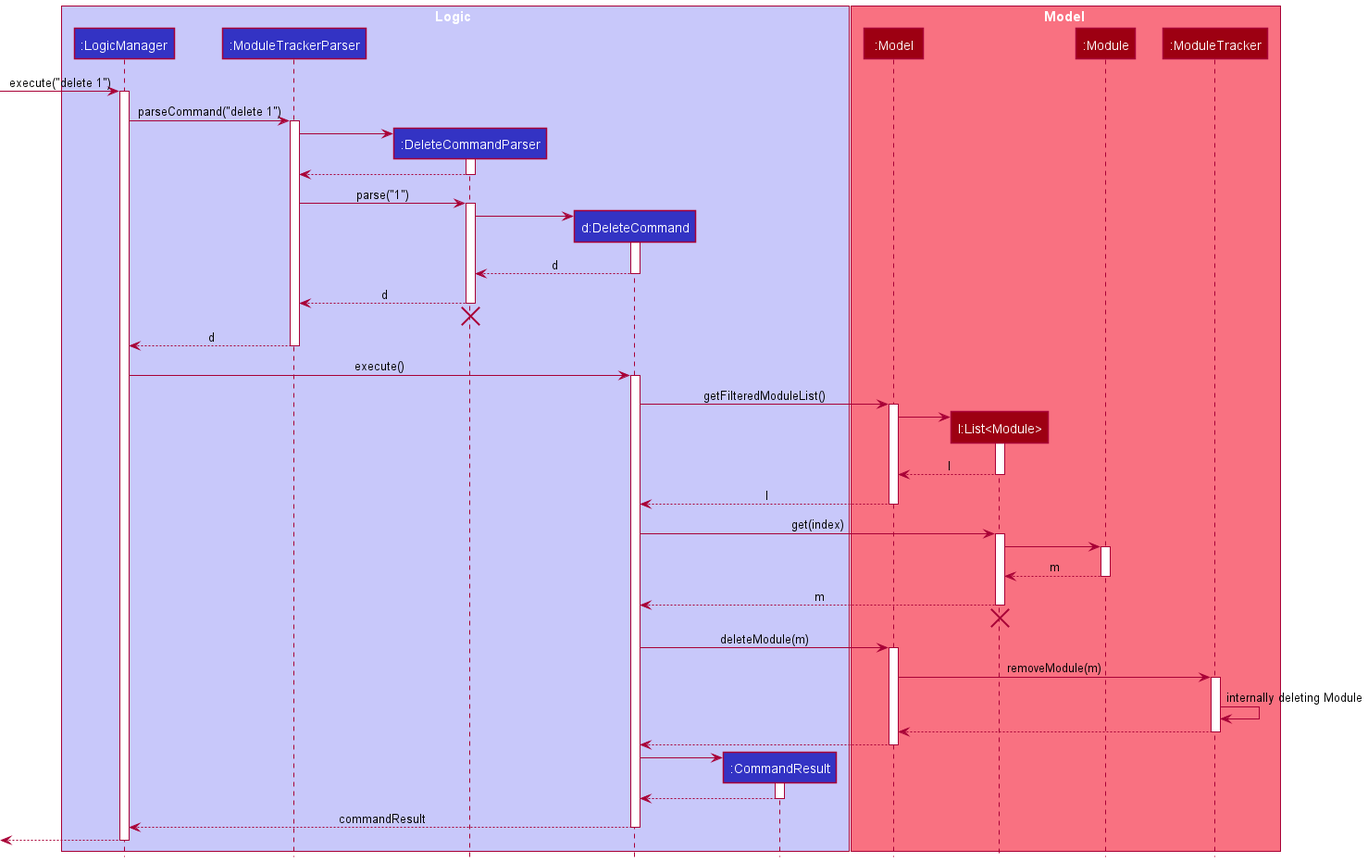
Earlier version of the PlantUML export docs/images/DeleteSequenceDiagram.png (nus-cs2103-AY2122S1/tp).
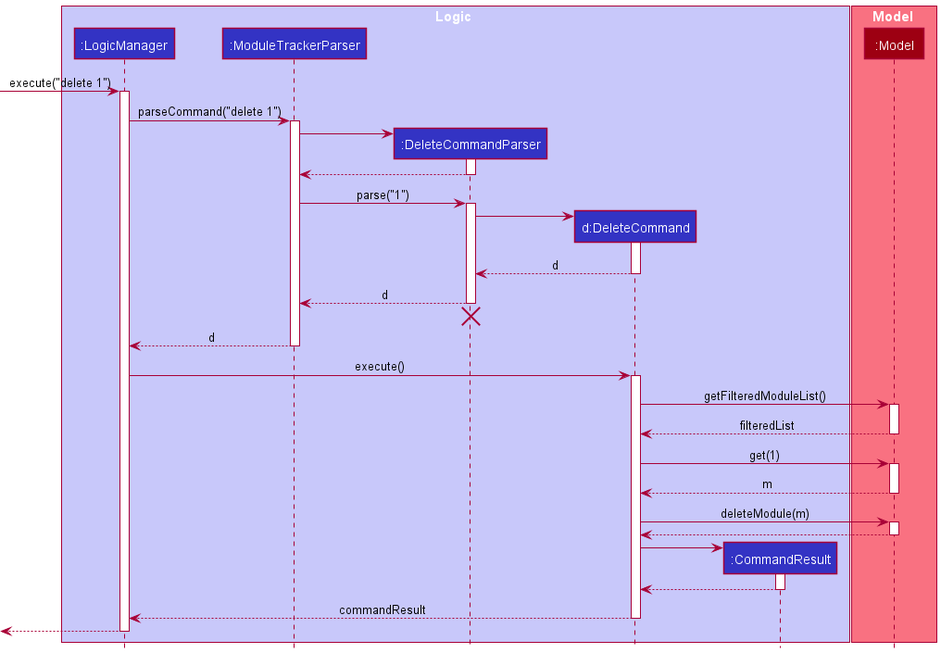
The same diagram one commit later.

What changed in the source:
```diff
@@ -11,9 +11,6 @@
 
 box Model MODEL_COLOR_T1
 participant ":Model" as Model MODEL_COLOR
-participant "l:List<Module>" as lastShownList MODEL_COLOR
-participant ":Module" as Module MODEL_COLOR
-participant ":ModuleTracker" as ModuleTracker MODEL_COLOR
 end box
 
 [-> LogicManager : execute("delete 1")
@@ -53,40 +50,17 @@
 DeleteCommand -> Model : getFilteredModuleList()
 activate Model
 
-create lastShownList
-Model -> lastShownList
-activate lastShownList
-
-lastShownList --> Model : l
-deactivate lastShownList
-
-Model --> DeleteCommand : l
+Model --> DeleteCommand : filteredList
 deactivate Model
 
-DeleteCommand -> lastShownList : get(index)
-activate lastShownList
+DeleteCommand -> Model : get(1)
+activate Model
 
-lastShownList -> Module
-activate Module
-
-Module --> lastShownList : m
-deactivate Module
-
-lastShownList --> DeleteCommand : m
-deactivate lastShownList
-
-lastShownList -[hidden]-> DeleteCommand
-destroy lastShownList
+Model --> DeleteCommand : m
+deactivate Model
 
 DeleteCommand -> Model : deleteModule(m)
 activate Model
-
-Model -> ModuleTracker : removeModule(m)
-activate ModuleTracker
-
-ModuleTracker -> ModuleTracker : internally deleting Module
-ModuleTracker --> Model
-deactivate ModuleTracker
 
 Model --> DeleteCommand
 deactivate Model
```
